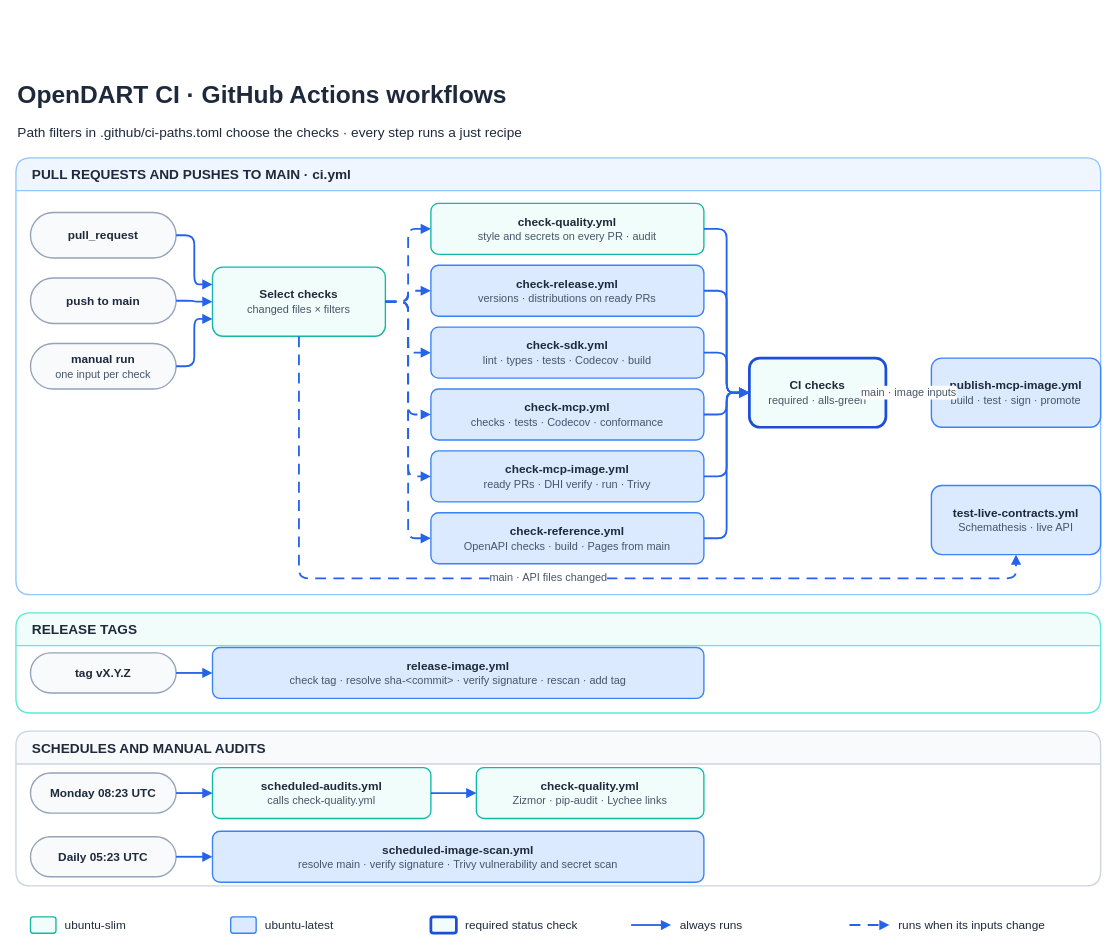
The draw.io diagram .github/workflows.drawio in orestxherija/opendart, before the edit. Source tidied: cells renumbered, new cells numbered last; positions are measured from the earlier drawing's top-left corner, leaving out a move shared by most shapes. Both pictures are drawn from the tidied source at 91%, with x=0, y=0 at pixel (15, 77).
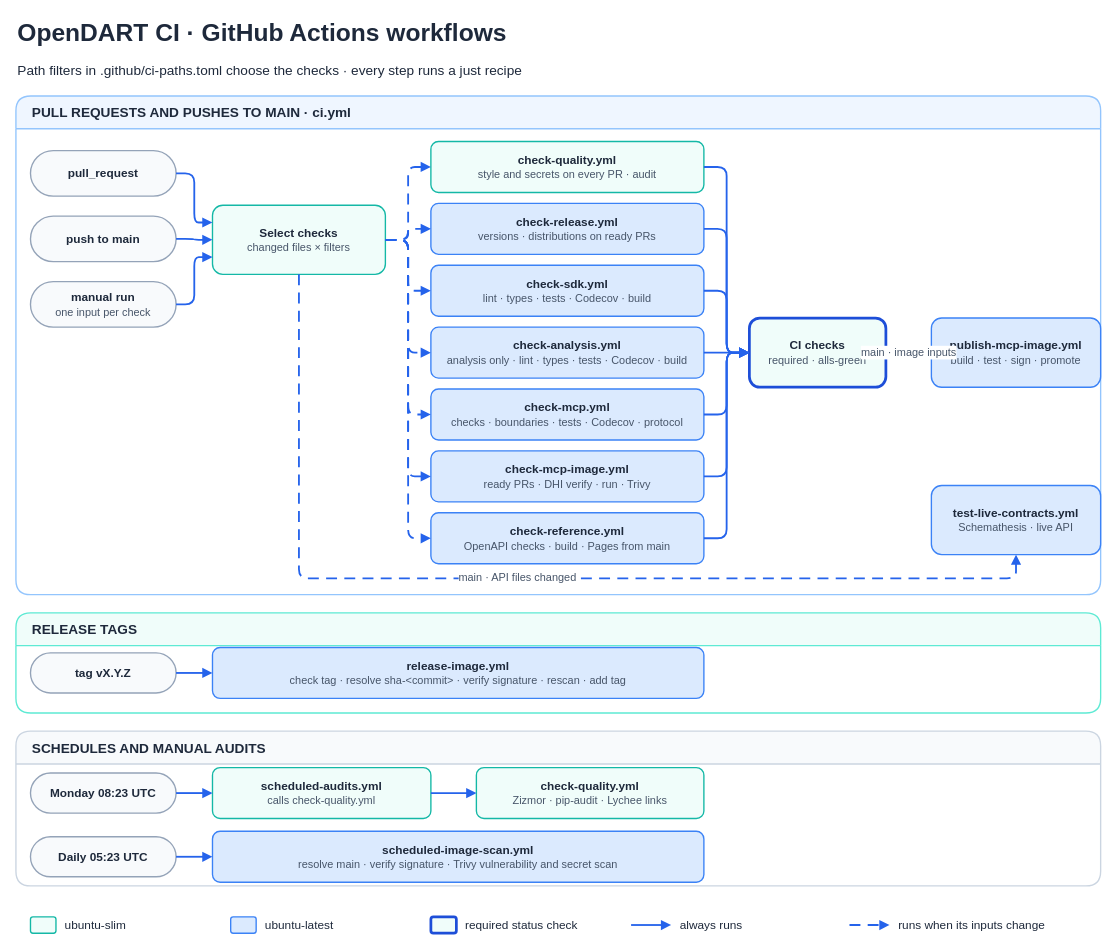
After the change.

Commit message (it also covers changes not shown here):
docs: show opendart-analysis in the MCP and CI diagrams

The change refers to these unchanged cells:
```xml
<mxCell id="15" value="&lt;b&gt;check-mcp-image.yml&lt;/b&gt;&lt;br&gt;&lt;font style=&quot;font-size:12px&quot; color=&quot;#475569&quot;&gt;ready PRs · DHI verify · run · Trivy&lt;/font&gt;" style="rounded=1;whiteSpace=wrap;html=1;fontFamily=Arial;fontSize=13;fontColor=#1e293b;spacing=12;fillColor=#dbeafe;strokeColor=#3b82f6;strokeWidth=1.5;" parent="1" vertex="1">
  <mxGeometry x="456" y="410" width="300" height="56" as="geometry" />
</mxCell>
<mxCell id="16" value="&lt;b&gt;check-reference.yml&lt;/b&gt;&lt;br&gt;&lt;font style=&quot;font-size:12px&quot; color=&quot;#475569&quot;&gt;OpenAPI checks · build · Pages from main&lt;/font&gt;" style="rounded=1;whiteSpace=wrap;html=1;fontFamily=Arial;fontSize=13;fontColor=#1e293b;spacing=12;fillColor=#dbeafe;strokeColor=#3b82f6;strokeWidth=1.5;" parent="1" vertex="1">
  <mxGeometry x="456" y="478" width="300" height="56" as="geometry" />
</mxCell>
```

Change to the diagram source:
```diff
@@
     <mxCell id="2" value="OpenDART CI · GitHub Actions workflows" style="text;html=1;fontFamily=Arial;fontSize=27;fontColor=#1e293b;fontStyle=1;align=left;verticalAlign=middle;" parent="1" vertex="1">
-      <mxGeometry width="1192" height="38" as="geometry" />
+      <mxGeometry y="-68" width="1192" height="38" as="geometry" />
     </mxCell>
     <mxCell id="3" value="Path filters in .github/ci-paths.toml choose the checks · every step runs a just recipe" style="text;html=1;fontFamily=Arial;fontSize=15;fontColor=#1e293b;align=left;verticalAlign=middle;" parent="1" vertex="1">
-      <mxGeometry y="46" width="1192" height="26" as="geometry" />
+      <mxGeometry y="-22" width="1192" height="26" as="geometry" />
     </mxCell>
     <mxCell id="4" value="PULL REQUESTS AND PUSHES TO MAIN · ci.yml" style="swimlane;rounded=1;html=1;fontFamily=Arial;fontSize=15;fontColor=#1e293b;fontStyle=1;startSize=36;horizontal=1;align=left;spacingLeft=16;fillColor=#eff6ff;strokeColor=#93c5fd;strokeWidth=1.5;swimlaneFillColor=#ffffff;" parent="1" vertex="1">
-      <mxGeometry y="88" width="1192" height="480" as="geometry" />
+      <mxGeometry y="20" width="1192" height="548" as="geometry" />
     </mxCell>
@@
     <mxCell id="7" value="&lt;b&gt;pull_request&lt;/b&gt;" style="rounded=1;whiteSpace=wrap;html=1;fontFamily=Arial;fontSize=13;fontColor=#1e293b;spacing=12;fillColor=#f8fafc;strokeColor=#94a3b8;strokeWidth=1.5;arcSize=50;" parent="1" vertex="1">
-      <mxGeometry x="16" y="148" width="160" height="50" as="geometry" />
+      <mxGeometry x="16" y="80" width="160" height="50" as="geometry" />
     </mxCell>
     <mxCell id="8" value="&lt;b&gt;push to main&lt;/b&gt;" style="rounded=1;whiteSpace=wrap;html=1;fontFamily=Arial;fontSize=13;fontColor=#1e293b;spacing=12;fillColor=#f8fafc;strokeColor=#94a3b8;strokeWidth=1.5;arcSize=50;" parent="1" vertex="1">
-      <mxGeometry x="16" y="220" width="160" height="50" as="geometry" />
+      <mxGeometry x="16" y="152" width="160" height="50" as="geometry" />
     </mxCell>
     <mxCell id="9" value="&lt;b&gt;manual run&lt;/b&gt;&lt;br&gt;&lt;font style=&quot;font-size:12px&quot; color=&quot;#475569&quot;&gt;one input per check&lt;/font&gt;" style="rounded=1;whiteSpace=wrap;html=1;fontFamily=Arial;fontSize=13;fontColor=#1e293b;spacing=12;fillColor=#f8fafc;strokeColor=#94a3b8;strokeWidth=1.5;arcSize=50;" parent="1" vertex="1">
-      <mxGeometry x="16" y="292" width="160" height="50" as="geometry" />
+      <mxGeometry x="16" y="224" width="160" height="50" as="geometry" />
     </mxCell>
     <mxCell id="10" value="&lt;b&gt;Select checks&lt;/b&gt;&lt;br&gt;&lt;font style=&quot;font-size:12px&quot; color=&quot;#475569&quot;&gt;changed files × filters&lt;/font&gt;" style="rounded=1;whiteSpace=wrap;html=1;fontFamily=Arial;fontSize=13;fontColor=#1e293b;spacing=12;fillColor=#f0fdfa;strokeColor=#14b8a6;strokeWidth=1.5;" parent="1" vertex="1">
-      <mxGeometry x="216" y="208" width="190" height="76" as="geometry" />
+      <mxGeometry x="216" y="140" width="190" height="76" as="geometry" />
     </mxCell>
     <mxCell id="11" value="&lt;b&gt;check-quality.yml&lt;/b&gt;&lt;br&gt;&lt;font style=&quot;font-size:12px&quot; color=&quot;#475569&quot;&gt;style and secrets on every PR · audit&lt;/font&gt;" style="rounded=1;whiteSpace=wrap;html=1;fontFamily=Arial;fontSize=13;fontColor=#1e293b;spacing=12;fillColor=#f0fdfa;strokeColor=#14b8a6;strokeWidth=1.5;" parent="1" vertex="1">
-      <mxGeometry x="456" y="138" width="300" height="56" as="geometry" />
+      <mxGeometry x="456" y="70" width="300" height="56" as="geometry" />
     </mxCell>
     <mxCell id="12" value="&lt;b&gt;check-release.yml&lt;/b&gt;&lt;br&gt;&lt;font style=&quot;font-size:12px&quot; color=&quot;#475569&quot;&gt;versions · distributions on ready PRs&lt;/font&gt;" style="rounded=1;whiteSpace=wrap;html=1;fontFamily=Arial;fontSize=13;fontColor=#1e293b;spacing=12;fillColor=#dbeafe;strokeColor=#3b82f6;strokeWidth=1.5;" parent="1" vertex="1">
-      <mxGeometry x="456" y="206" width="300" height="56" as="geometry" />
+      <mxGeometry x="456" y="138" width="300" height="56" as="geometry" />
     </mxCell>
     <mxCell id="13" value="&lt;b&gt;check-sdk.yml&lt;/b&gt;&lt;br&gt;&lt;font style=&quot;font-size:12px&quot; color=&quot;#475569&quot;&gt;lint · types · tests · Codecov · build&lt;/font&gt;" style="rounded=1;whiteSpace=wrap;html=1;fontFamily=Arial;fontSize=13;fontColor=#1e293b;spacing=12;fillColor=#dbeafe;strokeColor=#3b82f6;strokeWidth=1.5;" parent="1" vertex="1">
-      <mxGeometry x="456" y="274" width="300" height="56" as="geometry" />
+      <mxGeometry x="456" y="206" width="300" height="56" as="geometry" />
     </mxCell>
+    <mxCell id="58" value="&lt;b&gt;check-analysis.yml&lt;/b&gt;&lt;br&gt;&lt;font style=&quot;font-size:12px&quot; color=&quot;#475569&quot;&gt;analysis only · lint · types · tests · Codecov · build&lt;/font&gt;" style="rounded=1;whiteSpace=wrap;html=1;fontFamily=Arial;fontSize=13;fontColor=#1e293b;spacing=12;fillColor=#dbeafe;strokeColor=#3b82f6;strokeWidth=1.5;" parent="1" vertex="1">
+      <mxGeometry x="456" y="274" width="300" height="56" as="geometry" />
+    </mxCell>
-    <mxCell id="14" value="&lt;b&gt;check-mcp.yml&lt;/b&gt;&lt;br&gt;&lt;font style=&quot;font-size:12px&quot; color=&quot;#475569&quot;&gt;checks · tests · Codecov · conformance&lt;/font&gt;" style="rounded=1;whiteSpace=wrap;html=1;fontFamily=Arial;fontSize=13;fontColor=#1e293b;spacing=12;fillColor=#dbeafe;strokeColor=#3b82f6;strokeWidth=1.5;" parent="1" vertex="1">
+    <mxCell id="14" value="&lt;b&gt;check-mcp.yml&lt;/b&gt;&lt;br&gt;&lt;font style=&quot;font-size:12px&quot; color=&quot;#475569&quot;&gt;checks · boundaries · tests · Codecov · protocol&lt;/font&gt;" style="rounded=1;whiteSpace=wrap;html=1;fontFamily=Arial;fontSize=13;fontColor=#1e293b;spacing=12;fillColor=#dbeafe;strokeColor=#3b82f6;strokeWidth=1.5;" parent="1" vertex="1">
       <mxGeometry x="456" y="342" width="300" height="56" as="geometry" />
     </mxCell>
@@
     <mxCell id="17" value="&lt;b&gt;CI checks&lt;/b&gt;&lt;br&gt;&lt;font style=&quot;font-size:12px&quot; color=&quot;#475569&quot;&gt;required · alls-green&lt;/font&gt;" style="rounded=1;whiteSpace=wrap;html=1;fontFamily=Arial;fontSize=13;fontColor=#1e293b;spacing=12;fillColor=#f0fdfa;strokeColor=#1d4ed8;strokeWidth=3;" parent="1" vertex="1">
-      <mxGeometry x="806" y="308" width="150" height="76" as="geometry" />
+      <mxGeometry x="806" y="264" width="150" height="76" as="geometry" />
     </mxCell>
     <mxCell id="18" value="&lt;b&gt;publish-mcp-image.yml&lt;/b&gt;&lt;br&gt;&lt;font style=&quot;font-size:12px&quot; color=&quot;#475569&quot;&gt;build · test · sign · promote&lt;/font&gt;" style="rounded=1;whiteSpace=wrap;html=1;fontFamily=Arial;fontSize=13;fontColor=#1e293b;spacing=12;fillColor=#dbeafe;strokeColor=#3b82f6;strokeWidth=1.5;" parent="1" vertex="1">
-      <mxGeometry x="1006" y="308" width="186" height="76" as="geometry" />
+      <mxGeometry x="1006" y="264" width="186" height="76" as="geometry" />
     </mxCell>
@@
     <mxCell id="27" style="edgeStyle=orthogonalEdgeStyle;rounded=1;html=1;strokeWidth=2;strokeColor=#2563eb;endArrow=block;endFill=1;exitX=1.000;exitY=0.500;entryX=0.000;entryY=0.250;exitPerimeter=0;entryPerimeter=0;fontFamily=Arial;fontSize=12;fontColor=#475569;labelBackgroundColor=#ffffff;" parent="1" edge="1" source="7" target="10">
       <mxGeometry relative="1" as="geometry">
         <Array as="points">
-          <mxPoint x="196" y="173" />
-          <mxPoint x="196" y="227" />
+          <mxPoint x="196" y="105" />
+          <mxPoint x="196" y="159" />
         </Array>
       </mxGeometry>
     </mxCell>
     <mxCell id="28" style="edgeStyle=orthogonalEdgeStyle;rounded=1;html=1;strokeWidth=2;strokeColor=#2563eb;endArrow=block;endFill=1;exitX=1.000;exitY=0.500;entryX=0.000;entryY=0.500;exitPerimeter=0;entryPerimeter=0;fontFamily=Arial;fontSize=12;fontColor=#475569;labelBackgroundColor=#ffffff;" parent="1" edge="1" source="8" target="10">
       <mxGeometry relative="1" as="geometry">
         <Array as="points">
-          <mxPoint x="196" y="245" />
-          <mxPoint x="196" y="246" />
+          <mxPoint x="196" y="177" />
+          <mxPoint x="196" y="178" />
         </Array>
       </mxGeometry>
     </mxCell>
     <mxCell id="29" style="edgeStyle=orthogonalEdgeStyle;rounded=1;html=1;strokeWidth=2;strokeColor=#2563eb;endArrow=block;endFill=1;exitX=1.000;exitY=0.500;entryX=0.000;entryY=0.750;exitPerimeter=0;entryPerimeter=0;fontFamily=Arial;fontSize=12;fontColor=#475569;labelBackgroundColor=#ffffff;" parent="1" edge="1" source="9" target="10">
       <mxGeometry relative="1" as="geometry">
         <Array as="points">
-          <mxPoint x="196" y="317" />
-          <mxPoint x="196" y="265" />
+          <mxPoint x="196" y="249" />
+          <mxPoint x="196" y="197" />
         </Array>
       </mxGeometry>
     </mxCell>
     <mxCell id="30" style="edgeStyle=orthogonalEdgeStyle;rounded=1;html=1;strokeWidth=2;strokeColor=#2563eb;endArrow=block;endFill=1;exitX=1.000;exitY=0.500;entryX=0.000;entryY=0.500;exitPerimeter=0;entryPerimeter=0;fontFamily=Arial;fontSize=12;fontColor=#475569;labelBackgroundColor=#ffffff;dashed=1;dashPattern=6 4;" parent="1" edge="1" source="10" target="11">
       <mxGeometry relative="1" as="geometry">
         <Array as="points">
-          <mxPoint x="431" y="246" />
-          <mxPoint x="431" y="166" />
+          <mxPoint x="431" y="178" />
+          <mxPoint x="431" y="98" />
         </Array>
       </mxGeometry>
     </mxCell>
     <mxCell id="31" style="edgeStyle=orthogonalEdgeStyle;rounded=1;html=1;strokeWidth=2;strokeColor=#2563eb;endArrow=block;endFill=1;exitX=1.000;exitY=0.500;entryX=0.000;entryY=0.500;exitPerimeter=0;entryPerimeter=0;fontFamily=Arial;fontSize=12;fontColor=#475569;labelBackgroundColor=#ffffff;" parent="1" edge="1" source="11" target="17">
       <mxGeometry relative="1" as="geometry">
         <Array as="points">
-          <mxPoint x="781" y="166" />
-          <mxPoint x="781" y="346" />
+          <mxPoint x="781" y="98" />
+          <mxPoint x="781" y="302" />
         </Array>
       </mxGeometry>
     </mxCell>
     <mxCell id="32" style="edgeStyle=orthogonalEdgeStyle;rounded=1;html=1;strokeWidth=2;strokeColor=#2563eb;endArrow=block;endFill=1;exitX=1.000;exitY=0.500;entryX=0.000;entryY=0.500;exitPerimeter=0;entryPerimeter=0;fontFamily=Arial;fontSize=12;fontColor=#475569;labelBackgroundColor=#ffffff;dashed=1;dashPattern=6 4;" parent="1" edge="1" source="10" target="12">
       <mxGeometry relative="1" as="geometry">
         <Array as="points">
-          <mxPoint x="431" y="246" />
-          <mxPoint x="431" y="234" />
+          <mxPoint x="431" y="178" />
+          <mxPoint x="431" y="166" />
         </Array>
       </mxGeometry>
     </mxCell>
     <mxCell id="33" style="edgeStyle=orthogonalEdgeStyle;rounded=1;html=1;strokeWidth=2;strokeColor=#2563eb;endArrow=block;endFill=1;exitX=1.000;exitY=0.500;entryX=0.000;entryY=0.500;exitPerimeter=0;entryPerimeter=0;fontFamily=Arial;fontSize=12;fontColor=#475569;labelBackgroundColor=#ffffff;" parent="1" edge="1" source="12" target="17">
       <mxGeometry relative="1" as="geometry">
         <Array as="points">
-          <mxPoint x="781" y="234" />
-          <mxPoint x="781" y="346" />
+          <mxPoint x="781" y="166" />
+          <mxPoint x="781" y="302" />
         </Array>
       </mxGeometry>
     </mxCell>
     <mxCell id="34" style="edgeStyle=orthogonalEdgeStyle;rounded=1;html=1;strokeWidth=2;strokeColor=#2563eb;endArrow=block;endFill=1;exitX=1.000;exitY=0.500;entryX=0.000;entryY=0.500;exitPerimeter=0;entryPerimeter=0;fontFamily=Arial;fontSize=12;fontColor=#475569;labelBackgroundColor=#ffffff;dashed=1;dashPattern=6 4;" parent="1" edge="1" source="10" target="13">
       <mxGeometry relative="1" as="geometry">
         <Array as="points">
-          <mxPoint x="431" y="246" />
-          <mxPoint x="431" y="302" />
+          <mxPoint x="431" y="178" />
+          <mxPoint x="431" y="234" />
         </Array>
       </mxGeometry>
     </mxCell>
     <mxCell id="35" style="edgeStyle=orthogonalEdgeStyle;rounded=1;html=1;strokeWidth=2;strokeColor=#2563eb;endArrow=block;endFill=1;exitX=1.000;exitY=0.500;entryX=0.000;entryY=0.500;exitPerimeter=0;entryPerimeter=0;fontFamily=Arial;fontSize=12;fontColor=#475569;labelBackgroundColor=#ffffff;" parent="1" edge="1" source="13" target="17">
       <mxGeometry relative="1" as="geometry">
         <Array as="points">
+          <mxPoint x="781" y="234" />
           <mxPoint x="781" y="302" />
-          <mxPoint x="781" y="346" />
         </Array>
       </mxGeometry>
     </mxCell>
+    <mxCell id="59" style="edgeStyle=orthogonalEdgeStyle;rounded=1;html=1;strokeWidth=2;strokeColor=#2563eb;endArrow=block;endFill=1;exitX=1.000;exitY=0.500;entryX=0.000;entryY=0.500;exitPerimeter=0;entryPerimeter=0;fontFamily=Arial;fontSize=12;fontColor=#475569;labelBackgroundColor=#ffffff;dashed=1;dashPattern=6 4;" parent="1" edge="1" source="10" target="58">
+      <mxGeometry relative="1" as="geometry">
+        <Array as="points">
+          <mxPoint x="431" y="178" />
+          <mxPoint x="431" y="302" />
+        </Array>
+      </mxGeometry>
+    </mxCell>
+    <mxCell id="60" style="edgeStyle=orthogonalEdgeStyle;rounded=1;html=1;strokeWidth=2;strokeColor=#2563eb;endArrow=block;endFill=1;exitX=1.000;exitY=0.500;entryX=0.000;entryY=0.500;exitPerimeter=0;entryPerimeter=0;fontFamily=Arial;fontSize=12;fontColor=#475569;labelBackgroundColor=#ffffff;" parent="1" edge="1" source="58" target="17">
+      <mxGeometry relative="1" as="geometry" />
+    </mxCell>
     <mxCell id="36" style="edgeStyle=orthogonalEdgeStyle;rounded=1;html=1;strokeWidth=2;strokeColor=#2563eb;endArrow=block;endFill=1;exitX=1.000;exitY=0.500;entryX=0.000;entryY=0.500;exitPerimeter=0;entryPerimeter=0;fontFamily=Arial;fontSize=12;fontColor=#475569;labelBackgroundColor=#ffffff;dashed=1;dashPattern=6 4;" parent="1" edge="1" source="10" target="14">
       <mxGeometry relative="1" as="geometry">
         <Array as="points">
-          <mxPoint x="431" y="246" />
+          <mxPoint x="431" y="178" />
           <mxPoint x="431" y="370" />
         </Array>
       </mxGeometry>
     </mxCell>
     <mxCell id="37" style="edgeStyle=orthogonalEdgeStyle;rounded=1;html=1;strokeWidth=2;strokeColor=#2563eb;endArrow=block;endFill=1;exitX=1.000;exitY=0.500;entryX=0.000;entryY=0.500;exitPerimeter=0;entryPerimeter=0;fontFamily=Arial;fontSize=12;fontColor=#475569;labelBackgroundColor=#ffffff;" parent="1" edge="1" source="14" target="17">
       <mxGeometry relative="1" as="geometry">
         <Array as="points">
           <mxPoint x="781" y="370" />
-          <mxPoint x="781" y="346" />
+          <mxPoint x="781" y="302" />
         </Array>
       </mxGeometry>
     </mxCell>
     <mxCell id="38" style="edgeStyle=orthogonalEdgeStyle;rounded=1;html=1;strokeWidth=2;strokeColor=#2563eb;endArrow=block;endFill=1;exitX=1.000;exitY=0.500;entryX=0.000;entryY=0.500;exitPerimeter=0;entryPerimeter=0;fontFamily=Arial;fontSize=12;fontColor=#475569;labelBackgroundColor=#ffffff;dashed=1;dashPattern=6 4;" parent="1" edge="1" source="10" target="15">
       <mxGeometry relative="1" as="geometry">
         <Array as="points">
-          <mxPoint x="431" y="246" />
+          <mxPoint x="431" y="178" />
           <mxPoint x="431" y="438" />
         </Array>
       </mxGeometry>
     </mxCell>
     <mxCell id="39" style="edgeStyle=orthogonalEdgeStyle;rounded=1;html=1;strokeWidth=2;strokeColor=#2563eb;endArrow=block;endFill=1;exitX=1.000;exitY=0.500;entryX=0.000;entryY=0.500;exitPerimeter=0;entryPerimeter=0;fontFamily=Arial;fontSize=12;fontColor=#475569;labelBackgroundColor=#ffffff;" parent="1" edge="1" source="15" target="17">
       <mxGeometry relative="1" as="geometry">
         <Array as="points">
           <mxPoint x="781" y="438" />
-          <mxPoint x="781" y="346" />
+          <mxPoint x="781" y="302" />
         </Array>
       </mxGeometry>
     </mxCell>
     <mxCell id="40" style="edgeStyle=orthogonalEdgeStyle;rounded=1;html=1;strokeWidth=2;strokeColor=#2563eb;endArrow=block;endFill=1;exitX=1.000;exitY=0.500;entryX=0.000;entryY=0.500;exitPerimeter=0;entryPerimeter=0;fontFamily=Arial;fontSize=12;fontColor=#475569;labelBackgroundColor=#ffffff;dashed=1;dashPattern=6 4;" parent="1" edge="1" source="10" target="16">
       <mxGeometry relative="1" as="geometry">
         <Array as="points">
-          <mxPoint x="431" y="246" />
+          <mxPoint x="431" y="178" />
           <mxPoint x="431" y="506" />
         </Array>
       </mxGeometry>
     </mxCell>
     <mxCell id="41" style="edgeStyle=orthogonalEdgeStyle;rounded=1;html=1;strokeWidth=2;strokeColor=#2563eb;endArrow=block;endFill=1;exitX=1.000;exitY=0.500;entryX=0.000;entryY=0.500;exitPerimeter=0;entryPerimeter=0;fontFamily=Arial;fontSize=12;fontColor=#475569;labelBackgroundColor=#ffffff;" parent="1" edge="1" source="16" target="17">
       <mxGeometry relative="1" as="geometry">
         <Array as="points">
           <mxPoint x="781" y="506" />
-          <mxPoint x="781" y="346" />
+          <mxPoint x="781" y="302" />
         </Array>
       </mxGeometry>
     </mxCell>
```
